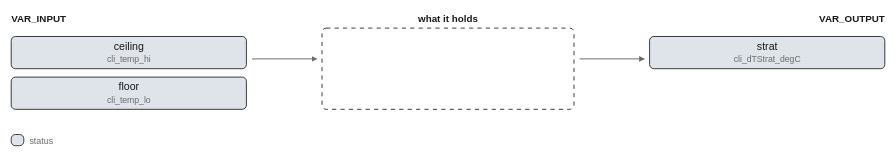
Earlier version of the draw.io export images/logic/strat.drawio.svg (pstch/botanik2). Source tidied: cells renumbered, new cells last; positions are measured from the earlier drawing's top-left corner, leaving out a move shared by most shapes.
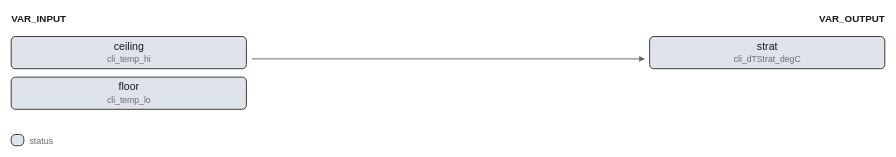
The same diagram one commit later.

What changed in the source:
```diff
@@ -5,39 +5,27 @@
     <mxCell id="2" value="VAR_INPUT" style="text;html=1;fontSize=7;fontColor=#1a1a1a;align=left;fontStyle=1;" parent="1" vertex="1">
       <mxGeometry width="45" height="11" as="geometry" />
     </mxCell>
-    <mxCell id="3" value="what it holds" style="text;html=1;fontSize=7;fontColor=#1a1a1a;align=center;fontStyle=1;" parent="1" vertex="1">
-      <mxGeometry x="312" width="65" height="11" as="geometry" />
+    <mxCell id="3" value="VAR_OUTPUT" style="text;html=1;fontSize=7;fontColor=#1a1a1a;align=left;fontStyle=1;" parent="1" vertex="1">
+      <mxGeometry x="624" width="50" height="11" as="geometry" />
     </mxCell>
-    <mxCell id="4" value="VAR_OUTPUT" style="text;html=1;fontSize=7;fontColor=#1a1a1a;align=left;fontStyle=1;" parent="1" vertex="1">
-      <mxGeometry x="624" width="50" height="11" as="geometry" />
+    <mxCell id="4" value="ceiling" style="rounded=1;fillColor=#dfe4ea;strokeColor=#1a1a1a;whiteSpace=wrap;html=1;fontSize=8;" parent="1" vertex="1">
+      <mxGeometry y="17" width="168" height="23" as="geometry" />
     </mxCell>
-    <mxCell id="5" value="ceiling" style="rounded=1;fillColor=#dfe4ea;strokeColor=#1a1a1a;whiteSpace=wrap;html=1;fontSize=8;" parent="1" vertex="1">
-      <mxGeometry y="17" width="168" height="23" as="geometry" />
+    <mxCell id="5" value="floor" style="rounded=1;fillColor=#dfe4ea;strokeColor=#1a1a1a;whiteSpace=wrap;html=1;fontSize=8;" parent="1" vertex="1">
+      <mxGeometry y="46" width="168" height="23" as="geometry" />
     </mxCell>
-    <mxCell id="6" value="floor" style="rounded=1;fillColor=#dfe4ea;strokeColor=#1a1a1a;whiteSpace=wrap;html=1;fontSize=8;" parent="1" vertex="1">
-      <mxGeometry y="46" width="168" height="23" as="geometry" />
+    <mxCell id="6" value="strat" style="rounded=1;fillColor=#dfe4ea;strokeColor=#1a1a1a;whiteSpace=wrap;html=1;fontSize=8;" parent="1" vertex="1">
+      <mxGeometry x="456" y="17" width="168" height="23" as="geometry" />
     </mxCell>
-    <mxCell id="7" value="strat" style="rounded=1;fillColor=#dfe4ea;strokeColor=#1a1a1a;whiteSpace=wrap;html=1;fontSize=8;" parent="1" vertex="1">
-      <mxGeometry x="456" y="17" width="168" height="23" as="geometry" />
-    </mxCell>
+    <mxCell id="13" style="edgeStyle=none;html=1;strokeColor=#6b6b6b;endArrow=block;" parent="1" edge="1">
+      <mxGeometry relative="1" as="geometry">
+        <mxPoint x="172" y="33" as="sourcePoint" />
+        <mxPoint x="452" y="33" as="targetPoint" />
+      </mxGeometry>
+    </mxCell>
-    <mxCell id="8" style="rounded=1;fillColor=#ffffff;strokeColor=#1a1a1a;whiteSpace=wrap;html=1;fontSize=8;dashed=1;" parent="1" vertex="1">
-      <mxGeometry x="222" y="11" width="180" height="58" as="geometry" />
+    <mxCell id="8" style="rounded=1;fillColor=#dfe4ea;strokeColor=#1a1a1a;whiteSpace=wrap;html=1;fontSize=8;" parent="1" vertex="1">
+      <mxGeometry y="87" width="9" height="8" as="geometry" />
     </mxCell>
-    <mxCell id="9" style="edgeStyle=none;html=1;strokeColor=#6b6b6b;endArrow=block;" parent="1" edge="1">
-      <mxGeometry relative="1" as="geometry">
-        <mxPoint x="172" y="33" as="sourcePoint" />
-        <mxPoint x="218" y="33" as="targetPoint" />
-      </mxGeometry>
-    </mxCell>
-    <mxCell id="10" style="edgeStyle=none;html=1;strokeColor=#6b6b6b;endArrow=block;" parent="1" edge="1">
-      <mxGeometry relative="1" as="geometry">
-        <mxPoint x="406" y="33" as="sourcePoint" />
-        <mxPoint x="452" y="33" as="targetPoint" />
-      </mxGeometry>
-    </mxCell>
-    <mxCell id="11" style="rounded=1;fillColor=#dfe4ea;strokeColor=#1a1a1a;whiteSpace=wrap;html=1;fontSize=8;" parent="1" vertex="1">
-      <mxGeometry y="87" width="9" height="8" as="geometry" />
-    </mxCell>
     <mxCell id="12" value="status" style="text;html=1;fontSize=6;fontColor=#6b6b6b;align=left;" parent="1" vertex="1">
       <mxGeometry x="13" y="87.6" width="40" height="10.4" as="geometry" />
     </mxCell>
```
